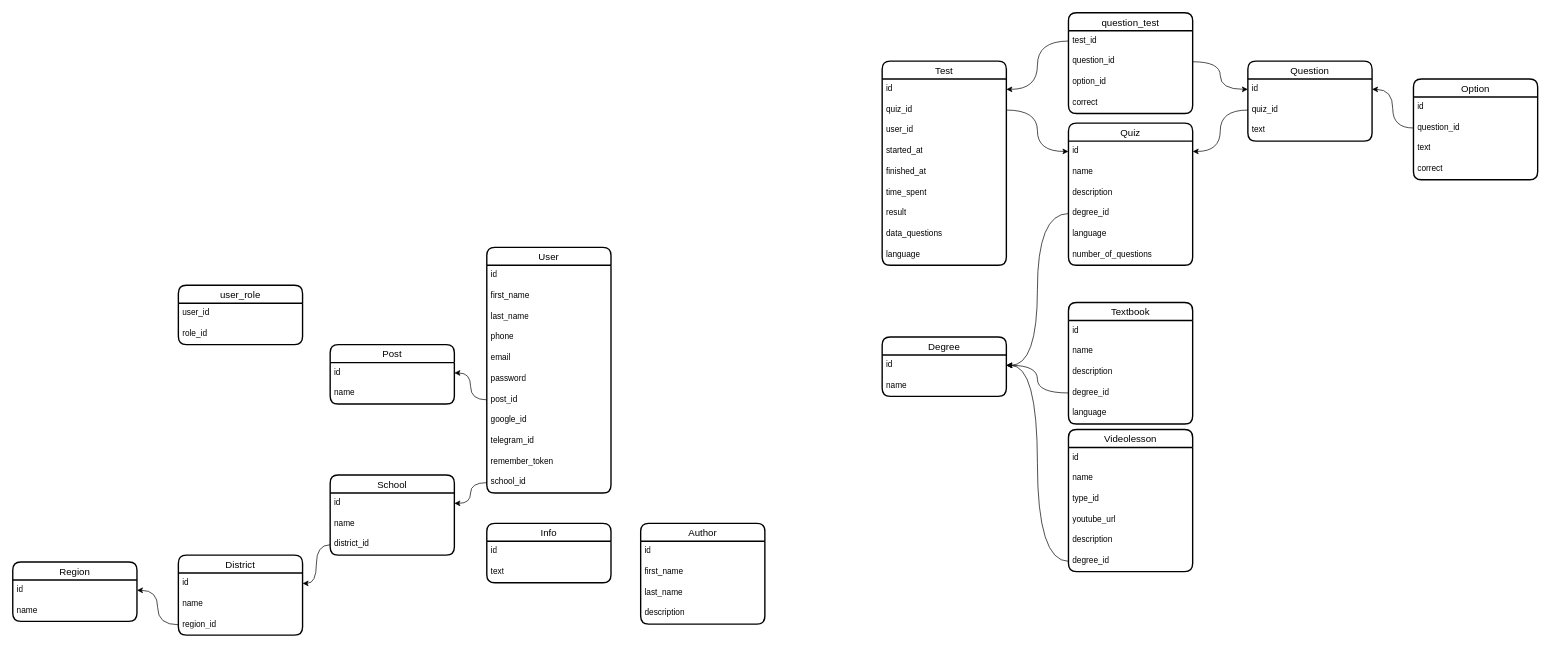
Above: karsoft-learn-platform.drawio in iztileuoff/databases (draw.io), before the change. Source tidied: cells renumbered, new cells numbered last; positions are measured from the earlier drawing's top-left corner, leaving out a move shared by most shapes. Both pictures are drawn from the tidied source at 69%, with x=0, y=0 at pixel (12, 12).
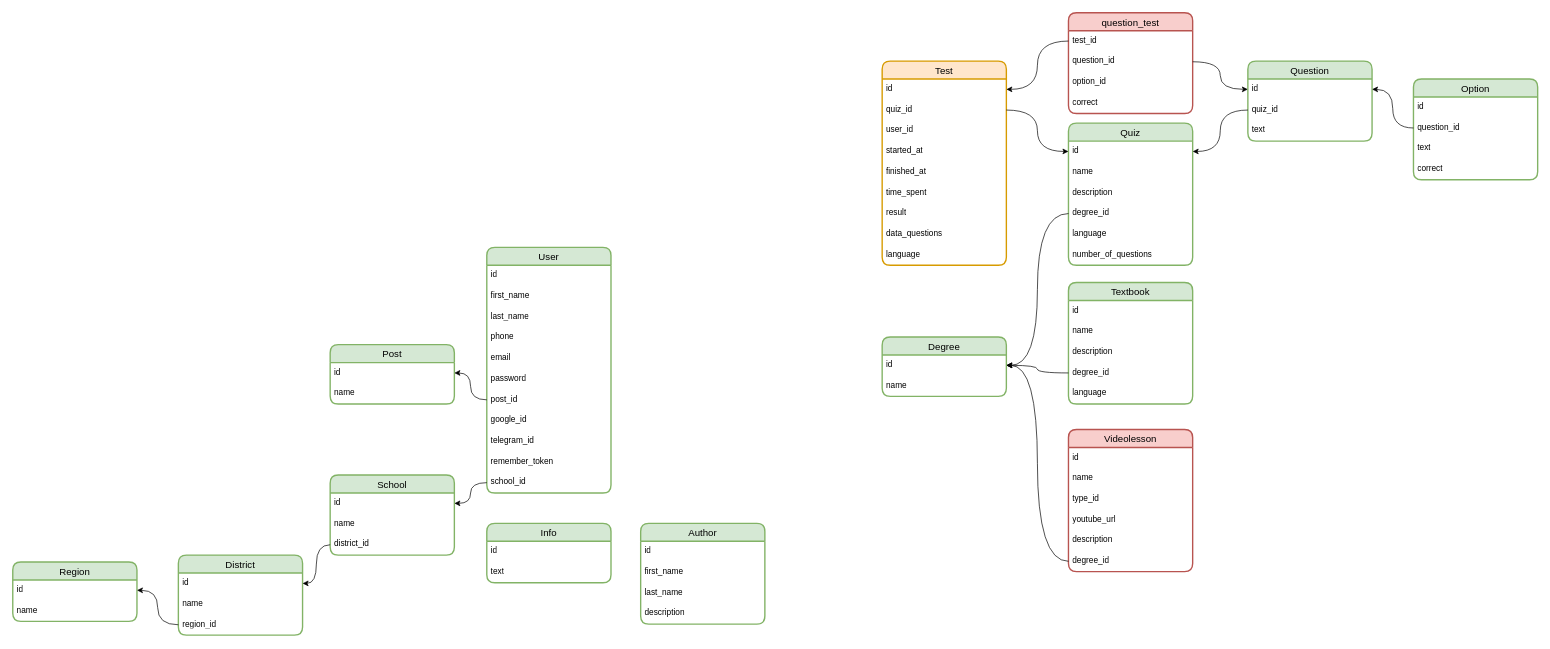
The same diagram, later.

Change to the diagram source:
```diff
@@
-    <mxCell id="2" value="User" style="swimlane;fontStyle=0;horizontal=1;startSize=26;align=center;fontSize=14;strokeWidth=2;rounded=1;shadow=0;glass=0;swimlaneLine=1;labelBackgroundColor=none;labelBorderColor=none;textShadow=0;" parent="1" vertex="1">
+    <mxCell id="2" value="User" style="swimlane;fontStyle=0;horizontal=1;startSize=26;align=center;fontSize=14;strokeWidth=2;rounded=1;shadow=0;glass=0;swimlaneLine=1;labelBackgroundColor=none;labelBorderColor=none;textShadow=0;fillColor=#d5e8d4;strokeColor=#82b366;" parent="1" vertex="1">
       <mxGeometry x="687" y="340" width="180" height="356" as="geometry" />
     </mxCell>
@@
-    <mxCell id="14" value="Post" style="swimlane;fontStyle=0;horizontal=1;startSize=26;align=center;fontSize=14;strokeWidth=2;rounded=1;shadow=0;glass=0;swimlaneLine=1;labelBackgroundColor=none;labelBorderColor=none;textShadow=0;" parent="1" vertex="1">
+    <mxCell id="14" value="Post" style="swimlane;fontStyle=0;horizontal=1;startSize=26;align=center;fontSize=14;strokeWidth=2;rounded=1;shadow=0;glass=0;swimlaneLine=1;labelBackgroundColor=none;labelBorderColor=none;textShadow=0;fillColor=#d5e8d4;strokeColor=#82b366;" parent="1" vertex="1">
       <mxGeometry x="460" y="481" width="180" height="86" as="geometry" />
     </mxCell>
@@
-    <mxCell id="17" value="user_role" style="swimlane;fontStyle=0;horizontal=1;startSize=26;align=center;fontSize=14;strokeWidth=2;rounded=1;shadow=0;glass=0;swimlaneLine=1;labelBackgroundColor=none;labelBorderColor=none;textShadow=0;" parent="1" vertex="1">
-      <mxGeometry x="240" y="395" width="180" height="86" as="geometry" />
-    </mxCell>
-    <mxCell id="18" value="user_id" style="text;strokeColor=none;fillColor=none;spacingLeft=4;spacingRight=4;overflow=hidden;fontSize=12;whiteSpace=wrap;html=1;" parent="17" vertex="1">
-      <mxGeometry y="26" width="180" height="30" as="geometry" />
-    </mxCell>
-    <mxCell id="19" value="role_id" style="text;strokeColor=none;fillColor=none;spacingLeft=4;spacingRight=4;overflow=hidden;fontSize=12;whiteSpace=wrap;html=1;" parent="17" vertex="1">
-      <mxGeometry y="56" width="180" height="30" as="geometry" />
-    </mxCell>
-    <mxCell id="20" value="Quiz" style="swimlane;fontStyle=0;horizontal=1;startSize=26;align=center;fontSize=14;strokeWidth=2;rounded=1;shadow=0;glass=0;swimlaneLine=1;labelBackgroundColor=none;labelBorderColor=none;textShadow=0;" parent="1" vertex="1">
+    <mxCell id="20" value="Quiz" style="swimlane;fontStyle=0;horizontal=1;startSize=26;align=center;fontSize=14;strokeWidth=2;rounded=1;shadow=0;glass=0;swimlaneLine=1;labelBackgroundColor=none;labelBorderColor=none;textShadow=0;fillColor=#d5e8d4;strokeColor=#82b366;" parent="1" vertex="1">
       <mxGeometry x="1530" y="160" width="180" height="206" as="geometry" />
     </mxCell>
@@
-    <mxCell id="27" value="Question" style="swimlane;fontStyle=0;horizontal=1;startSize=26;align=center;fontSize=14;strokeWidth=2;rounded=1;shadow=0;glass=0;swimlaneLine=1;labelBackgroundColor=none;labelBorderColor=none;textShadow=0;" parent="1" vertex="1">
+    <mxCell id="27" value="Question" style="swimlane;fontStyle=0;horizontal=1;startSize=26;align=center;fontSize=14;strokeWidth=2;rounded=1;shadow=0;glass=0;swimlaneLine=1;labelBackgroundColor=none;labelBorderColor=none;textShadow=0;fillColor=#d5e8d4;strokeColor=#82b366;" parent="1" vertex="1">
       <mxGeometry x="1790" y="70" width="180" height="116" as="geometry" />
     </mxCell>
@@
-    <mxCell id="31" value="Option" style="swimlane;fontStyle=0;horizontal=1;startSize=26;align=center;fontSize=14;strokeWidth=2;rounded=1;shadow=0;glass=0;swimlaneLine=1;labelBackgroundColor=none;labelBorderColor=none;textShadow=0;" parent="1" vertex="1">
+    <mxCell id="31" value="Option" style="swimlane;fontStyle=0;horizontal=1;startSize=26;align=center;fontSize=14;strokeWidth=2;rounded=1;shadow=0;glass=0;swimlaneLine=1;labelBackgroundColor=none;labelBorderColor=none;textShadow=0;fillColor=#d5e8d4;strokeColor=#82b366;" parent="1" vertex="1">
       <mxGeometry x="2030" y="96" width="180" height="146" as="geometry" />
     </mxCell>
@@
-    <mxCell id="38" value="Test" style="swimlane;fontStyle=0;horizontal=1;startSize=26;align=center;fontSize=14;strokeWidth=2;rounded=1;shadow=0;glass=0;swimlaneLine=1;labelBackgroundColor=none;labelBorderColor=none;textShadow=0;" parent="1" vertex="1">
+    <mxCell id="38" value="Test" style="swimlane;fontStyle=0;horizontal=1;startSize=26;align=center;fontSize=14;strokeWidth=2;rounded=1;shadow=0;glass=0;swimlaneLine=1;labelBackgroundColor=none;labelBorderColor=none;textShadow=0;fillColor=#ffe6cc;strokeColor=#d79b00;" parent="1" vertex="1">
       <mxGeometry x="1260" y="70" width="180" height="296" as="geometry" />
     </mxCell>
@@
-    <mxCell id="48" value="question_test" style="swimlane;fontStyle=0;horizontal=1;startSize=26;align=center;fontSize=14;strokeWidth=2;rounded=1;shadow=0;glass=0;swimlaneLine=1;labelBackgroundColor=none;labelBorderColor=none;textShadow=0;" parent="1" vertex="1">
+    <mxCell id="48" value="question_test" style="swimlane;fontStyle=0;horizontal=1;startSize=26;align=center;fontSize=14;strokeWidth=2;rounded=1;shadow=0;glass=0;swimlaneLine=1;labelBackgroundColor=none;labelBorderColor=none;textShadow=0;fillColor=#f8cecc;strokeColor=#b85450;" parent="1" vertex="1">
       <mxGeometry x="1530" width="180" height="146" as="geometry" />
     </mxCell>
@@
-    <mxCell id="56" value="Textbook" style="swimlane;fontStyle=0;horizontal=1;startSize=26;align=center;fontSize=14;strokeWidth=2;rounded=1;shadow=0;glass=0;swimlaneLine=1;labelBackgroundColor=none;labelBorderColor=none;textShadow=0;" parent="1" vertex="1">
-      <mxGeometry x="1530" y="420" width="180" height="176" as="geometry" />
+    <mxCell id="56" value="Textbook" style="swimlane;fontStyle=0;horizontal=1;startSize=26;align=center;fontSize=14;strokeWidth=2;rounded=1;shadow=0;glass=0;swimlaneLine=1;labelBackgroundColor=none;labelBorderColor=none;textShadow=0;fillColor=#d5e8d4;strokeColor=#82b366;" parent="1" vertex="1">
+      <mxGeometry x="1530" y="391" width="180" height="176" as="geometry" />
     </mxCell>
@@
-    <mxCell id="62" value="Videolesson" style="swimlane;fontStyle=0;horizontal=1;startSize=26;align=center;fontSize=14;strokeWidth=2;rounded=1;shadow=0;glass=0;swimlaneLine=1;labelBackgroundColor=none;labelBorderColor=none;textShadow=0;" parent="1" vertex="1">
+    <mxCell id="62" value="Videolesson" style="swimlane;fontStyle=0;horizontal=1;startSize=26;align=center;fontSize=14;strokeWidth=2;rounded=1;shadow=0;glass=0;swimlaneLine=1;labelBackgroundColor=none;labelBorderColor=none;textShadow=0;fillColor=#f8cecc;strokeColor=#b85450;" parent="1" vertex="1">
       <mxGeometry x="1530" y="604" width="180" height="206" as="geometry" />
     </mxCell>
@@
-    <mxCell id="69" value="Info" style="swimlane;fontStyle=0;horizontal=1;startSize=26;align=center;fontSize=14;strokeWidth=2;rounded=1;shadow=0;glass=0;swimlaneLine=1;labelBackgroundColor=none;labelBorderColor=none;textShadow=0;" parent="1" vertex="1">
+    <mxCell id="69" value="Info" style="swimlane;fontStyle=0;horizontal=1;startSize=26;align=center;fontSize=14;strokeWidth=2;rounded=1;shadow=0;glass=0;swimlaneLine=1;labelBackgroundColor=none;labelBorderColor=none;textShadow=0;fillColor=#d5e8d4;strokeColor=#82b366;" parent="1" vertex="1">
       <mxGeometry x="687" y="740" width="180" height="86" as="geometry" />
     </mxCell>
@@
-    <mxCell id="72" value="Degree" style="swimlane;fontStyle=0;horizontal=1;startSize=26;align=center;fontSize=14;strokeWidth=2;rounded=1;shadow=0;glass=0;swimlaneLine=1;labelBackgroundColor=none;labelBorderColor=none;textShadow=0;" parent="1" vertex="1">
+    <mxCell id="72" value="Degree" style="swimlane;fontStyle=0;horizontal=1;startSize=26;align=center;fontSize=14;strokeWidth=2;rounded=1;shadow=0;glass=0;swimlaneLine=1;labelBackgroundColor=none;labelBorderColor=none;textShadow=0;fillColor=#d5e8d4;strokeColor=#82b366;" parent="1" vertex="1">
       <mxGeometry x="1260" y="470" width="180" height="86" as="geometry" />
     </mxCell>
@@
-    <mxCell id="79" value="Region" style="swimlane;fontStyle=0;horizontal=1;startSize=26;align=center;fontSize=14;strokeWidth=2;rounded=1;shadow=0;glass=0;swimlaneLine=1;labelBackgroundColor=none;labelBorderColor=none;textShadow=0;" parent="1" vertex="1">
+    <mxCell id="79" value="Region" style="swimlane;fontStyle=0;horizontal=1;startSize=26;align=center;fontSize=14;strokeWidth=2;rounded=1;shadow=0;glass=0;swimlaneLine=1;labelBackgroundColor=none;labelBorderColor=none;textShadow=0;fillColor=#d5e8d4;strokeColor=#82b366;" parent="1" vertex="1">
       <mxGeometry y="796" width="180" height="86" as="geometry" />
     </mxCell>
@@
-    <mxCell id="82" value="District" style="swimlane;fontStyle=0;horizontal=1;startSize=26;align=center;fontSize=14;strokeWidth=2;rounded=1;shadow=0;glass=0;swimlaneLine=1;labelBackgroundColor=none;labelBorderColor=none;textShadow=0;" parent="1" vertex="1">
+    <mxCell id="82" value="District" style="swimlane;fontStyle=0;horizontal=1;startSize=26;align=center;fontSize=14;strokeWidth=2;rounded=1;shadow=0;glass=0;swimlaneLine=1;labelBackgroundColor=none;labelBorderColor=none;textShadow=0;fillColor=#d5e8d4;strokeColor=#82b366;" parent="1" vertex="1">
       <mxGeometry x="240" y="786" width="180" height="116" as="geometry" />
     </mxCell>
@@
-    <mxCell id="87" value="School" style="swimlane;fontStyle=0;horizontal=1;startSize=26;align=center;fontSize=14;strokeWidth=2;rounded=1;shadow=0;glass=0;swimlaneLine=1;labelBackgroundColor=none;labelBorderColor=none;textShadow=0;" parent="1" vertex="1">
+    <mxCell id="87" value="School" style="swimlane;fontStyle=0;horizontal=1;startSize=26;align=center;fontSize=14;strokeWidth=2;rounded=1;shadow=0;glass=0;swimlaneLine=1;labelBackgroundColor=none;labelBorderColor=none;textShadow=0;fillColor=#d5e8d4;strokeColor=#82b366;" parent="1" vertex="1">
       <mxGeometry x="460" y="670" width="180" height="116" as="geometry" />
     </mxCell>
@@
-    <mxCell id="93" value="Author" style="swimlane;fontStyle=0;horizontal=1;startSize=26;align=center;fontSize=14;strokeWidth=2;rounded=1;shadow=0;glass=0;swimlaneLine=1;labelBackgroundColor=none;labelBorderColor=none;textShadow=0;" parent="1" vertex="1">
+    <mxCell id="93" value="Author" style="swimlane;fontStyle=0;horizontal=1;startSize=26;align=center;fontSize=14;strokeWidth=2;rounded=1;shadow=0;glass=0;swimlaneLine=1;labelBackgroundColor=none;labelBorderColor=none;textShadow=0;fillColor=#d5e8d4;strokeColor=#82b366;" parent="1" vertex="1">
       <mxGeometry x="910" y="740" width="180" height="146" as="geometry" />
     </mxCell>
```
